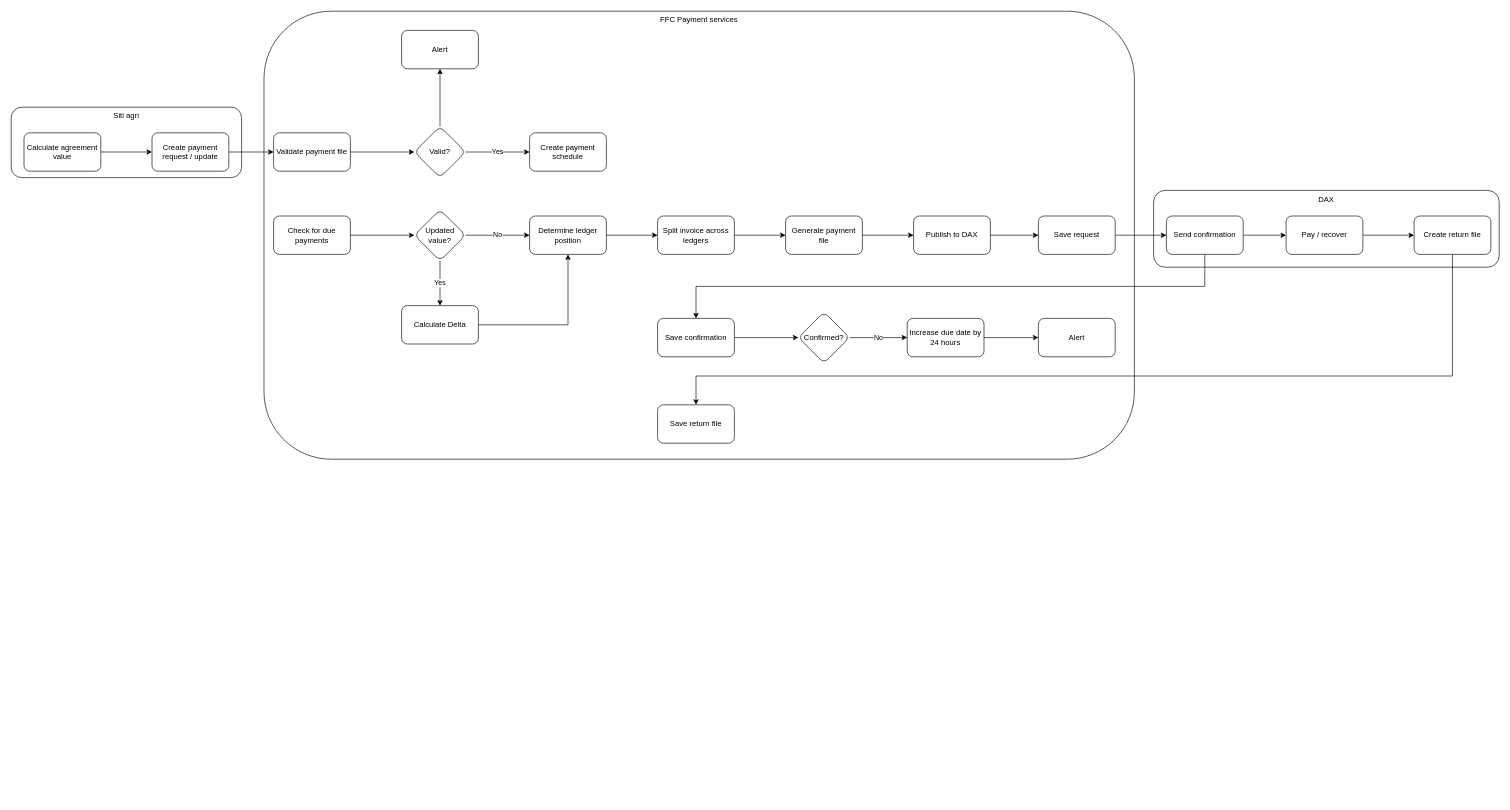
Earlier version of the draw.io diagram ffc-payments.drawio (johnwatson484/diagrams). Source tidied: cells renumbered, new cells numbered last; positions are measured from the earlier drawing's top-left corner, leaving out a move shared by most shapes. Both pictures are drawn from the tidied source at 64%, with x=0, y=0 at pixel (11, 11).
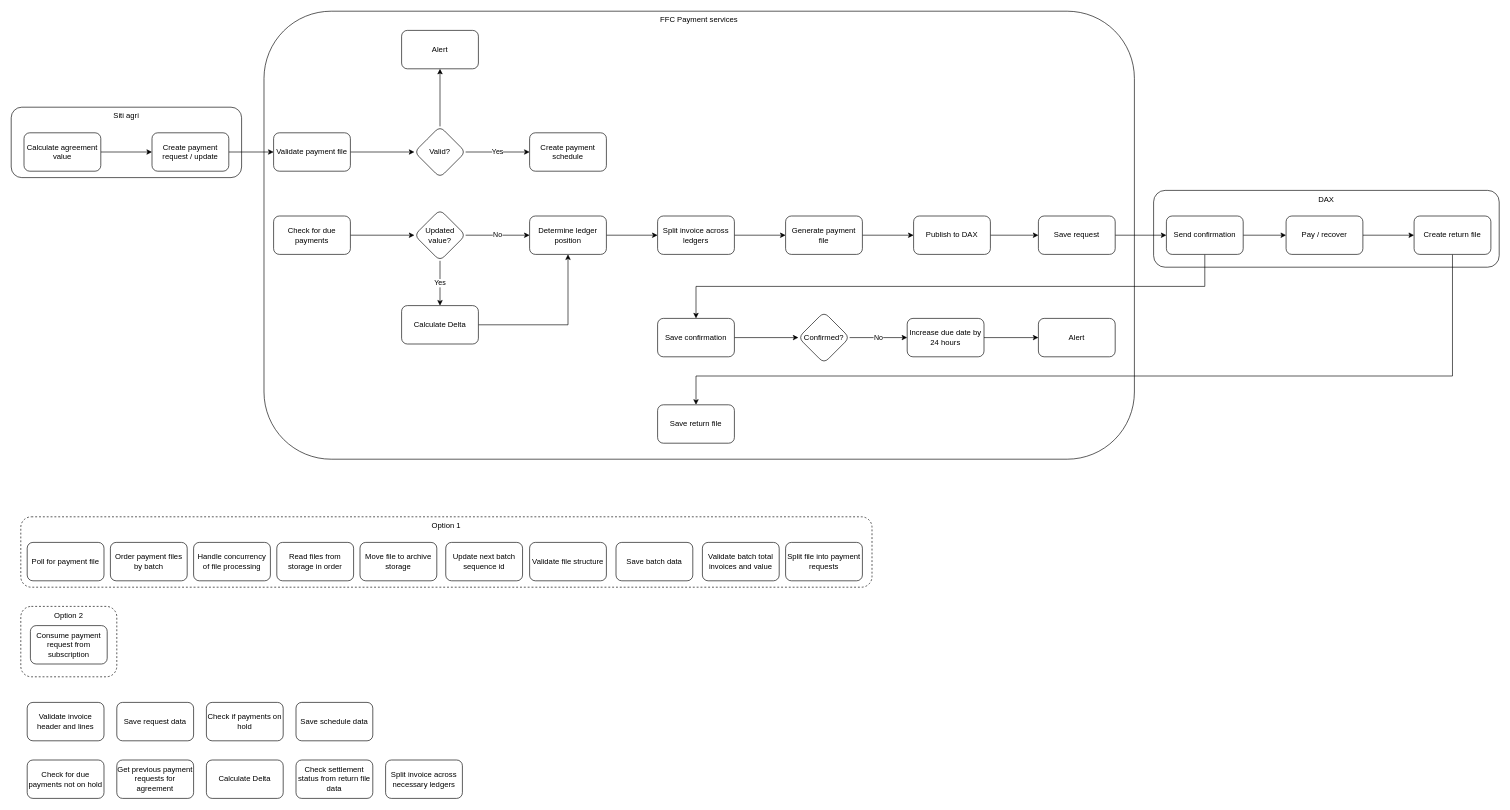
After the change.

The edit, as a diff of the source:
```diff
@@
+    <mxCell id="48" value="Option 2" style="rounded=1;whiteSpace=wrap;html=1;dashed=1;verticalAlign=top;" parent="1" vertex="1">
+      <mxGeometry x="15" y="930" width="150" height="110" as="geometry" />
+    </mxCell>
+    <mxCell id="49" value="Option 1" style="rounded=1;whiteSpace=wrap;html=1;dashed=1;verticalAlign=top;" parent="1" vertex="1">
+      <mxGeometry x="15" y="790" width="1330" height="110" as="geometry" />
+    </mxCell>
@@
+    <mxCell id="50" value="Poll for payment file" style="rounded=1;whiteSpace=wrap;html=1;" parent="1" vertex="1">
+      <mxGeometry x="25" y="830" width="120" height="60" as="geometry" />
+    </mxCell>
+    <mxCell id="51" value="Read files from storage in order" style="rounded=1;whiteSpace=wrap;html=1;" parent="1" vertex="1">
+      <mxGeometry x="415" y="830" width="120" height="60" as="geometry" />
+    </mxCell>
+    <mxCell id="52" value="Move file to archive storage" style="rounded=1;whiteSpace=wrap;html=1;" parent="1" vertex="1">
+      <mxGeometry x="545" y="830" width="120" height="60" as="geometry" />
+    </mxCell>
+    <mxCell id="53" value="Validate file structure" style="rounded=1;whiteSpace=wrap;html=1;" parent="1" vertex="1">
+      <mxGeometry x="810" y="830" width="120" height="60" as="geometry" />
+    </mxCell>
+    <mxCell id="54" value="Order payment files by batch" style="rounded=1;whiteSpace=wrap;html=1;" parent="1" vertex="1">
+      <mxGeometry x="155" y="830" width="120" height="60" as="geometry" />
+    </mxCell>
+    <mxCell id="55" value="Handle concurrency of file processing" style="rounded=1;whiteSpace=wrap;html=1;" parent="1" vertex="1">
+      <mxGeometry x="285" y="830" width="120" height="60" as="geometry" />
+    </mxCell>
+    <mxCell id="56" value="Validate batch total invoices and value" style="rounded=1;whiteSpace=wrap;html=1;" parent="1" vertex="1">
+      <mxGeometry x="1080" y="830" width="120" height="60" as="geometry" />
+    </mxCell>
+    <mxCell id="57" value="Split file into payment requests" style="rounded=1;whiteSpace=wrap;html=1;" parent="1" vertex="1">
+      <mxGeometry x="1210" y="830" width="120" height="60" as="geometry" />
+    </mxCell>
+    <mxCell id="58" value="Update next batch sequence id" style="rounded=1;whiteSpace=wrap;html=1;" parent="1" vertex="1">
+      <mxGeometry x="679" y="830" width="120" height="60" as="geometry" />
+    </mxCell>
+    <mxCell id="59" value="Validate invoice header and lines" style="rounded=1;whiteSpace=wrap;html=1;" parent="1" vertex="1">
+      <mxGeometry x="25" y="1080" width="120" height="60" as="geometry" />
+    </mxCell>
+    <mxCell id="60" value="Save batch data" style="rounded=1;whiteSpace=wrap;html=1;" parent="1" vertex="1">
+      <mxGeometry x="945" y="830" width="120" height="60" as="geometry" />
+    </mxCell>
+    <mxCell id="61" value="Save request data" style="rounded=1;whiteSpace=wrap;html=1;" parent="1" vertex="1">
+      <mxGeometry x="165" y="1080" width="120" height="60" as="geometry" />
+    </mxCell>
+    <mxCell id="62" value="Consume payment request from subscription" style="rounded=1;whiteSpace=wrap;html=1;" parent="1" vertex="1">
+      <mxGeometry x="30" y="960" width="120" height="60" as="geometry" />
+    </mxCell>
+    <mxCell id="63" value="Check if payments on hold" style="rounded=1;whiteSpace=wrap;html=1;" parent="1" vertex="1">
+      <mxGeometry x="305" y="1080" width="120" height="60" as="geometry" />
+    </mxCell>
+    <mxCell id="64" value="Check for due payments not on hold" style="rounded=1;whiteSpace=wrap;html=1;" parent="1" vertex="1">
+      <mxGeometry x="25" y="1170" width="120" height="60" as="geometry" />
+    </mxCell>
+    <mxCell id="65" value="Save schedule data&lt;br&gt;" style="rounded=1;whiteSpace=wrap;html=1;" parent="1" vertex="1">
+      <mxGeometry x="445" y="1080" width="120" height="60" as="geometry" />
+    </mxCell>
+    <mxCell id="66" value="Get previous payment requests for agreement" style="rounded=1;whiteSpace=wrap;html=1;" parent="1" vertex="1">
+      <mxGeometry x="165" y="1170" width="120" height="60" as="geometry" />
+    </mxCell>
+    <mxCell id="67" value="Calculate Delta" style="rounded=1;whiteSpace=wrap;html=1;" parent="1" vertex="1">
+      <mxGeometry x="305" y="1170" width="120" height="60" as="geometry" />
+    </mxCell>
+    <mxCell id="68" value="Check settlement status from return file data" style="rounded=1;whiteSpace=wrap;html=1;" parent="1" vertex="1">
+      <mxGeometry x="445" y="1170" width="120" height="60" as="geometry" />
+    </mxCell>
+    <mxCell id="69" value="Split invoice across necessary ledgers" style="rounded=1;whiteSpace=wrap;html=1;" parent="1" vertex="1">
+      <mxGeometry x="585" y="1170" width="120" height="60" as="geometry" />
+    </mxCell>
```
